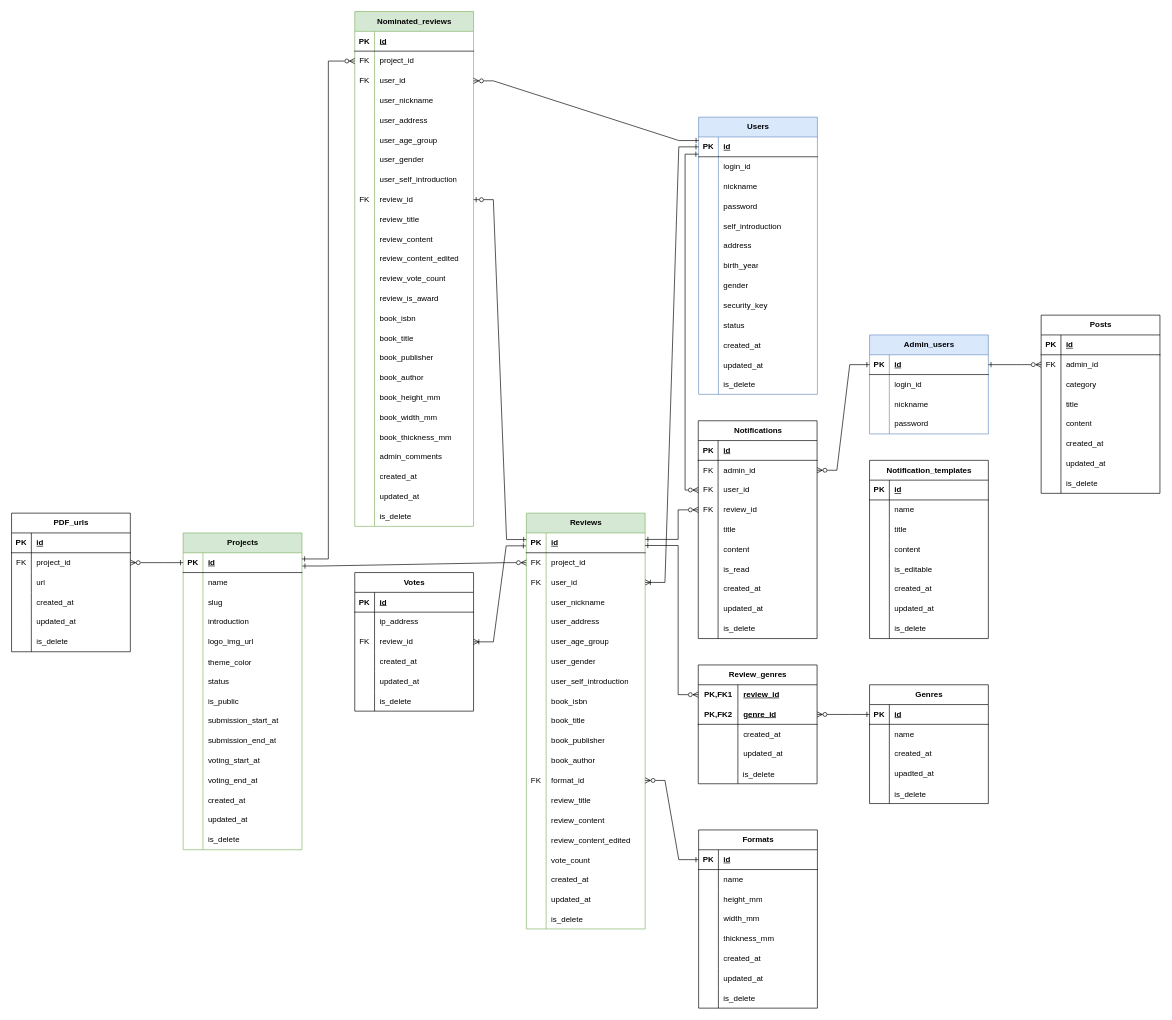
Before: ER図.drawio in knagaki1225/zoutohana-documentation, a draw.io diagram. Source tidied: cells renumbered, new cells numbered last; positions are measured from the earlier drawing's top-left corner, leaving out a move shared by most shapes. Both pictures are drawn from the tidied source at 66%, with x=0, y=0 at pixel (11, 11).
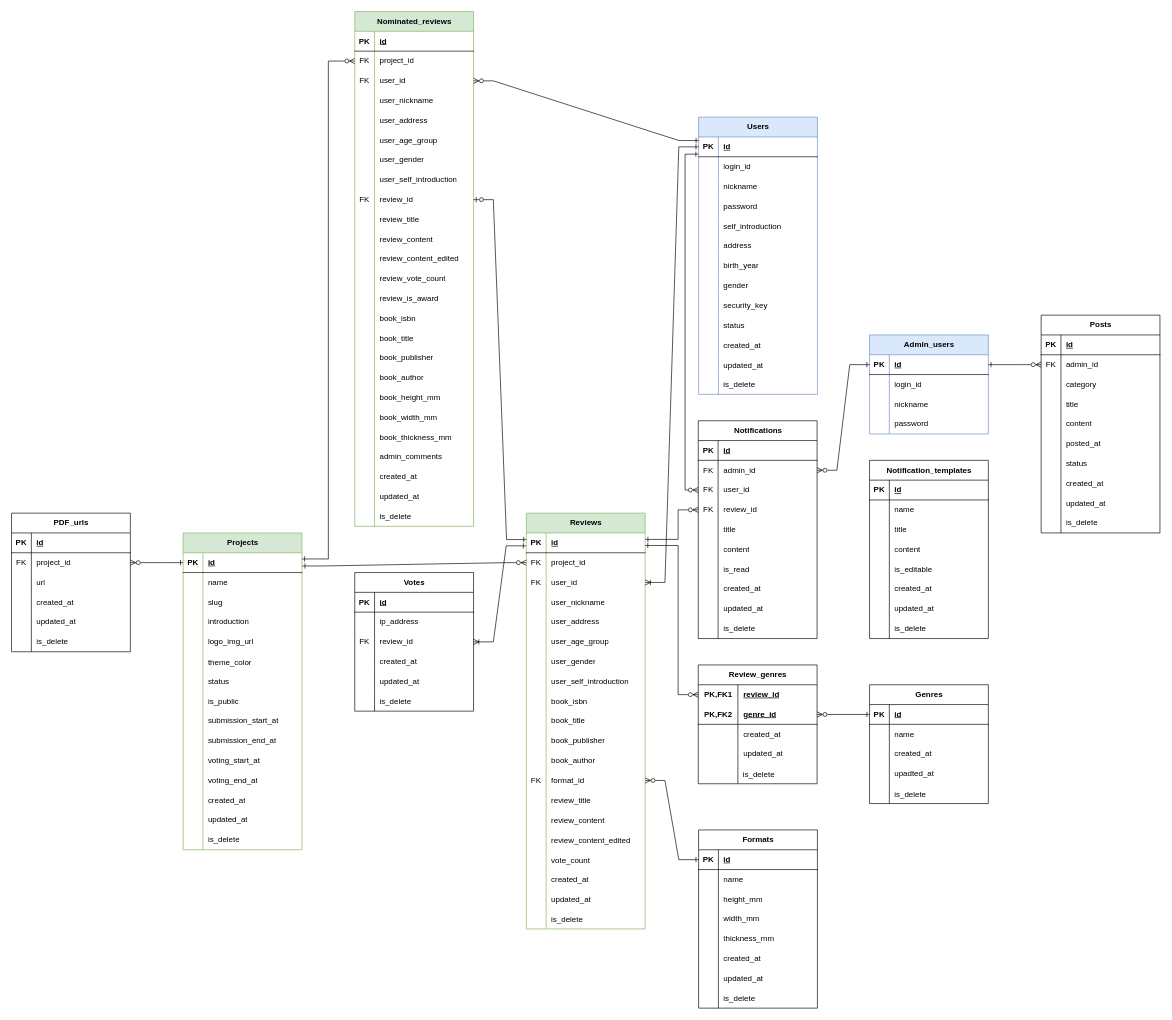
The same diagram, later.

The edit, as a diff of the source:
```diff
@@
     <mxCell id="355" value="Posts" style="shape=table;startSize=30;childLayout=tableLayout;rowLines=0;fontStyle=1;align=center;html=1;" parent="1" vertex="1">
-      <mxGeometry x="1560" y="460" width="180" height="270" as="geometry" />
+      <mxGeometry x="1560" y="460" width="180" height="330" as="geometry" />
     </mxCell>
@@
+    <mxCell id="428" style="shape=tableRow;horizontal=0;startSize=0;swimlaneHead=0;swimlaneBody=0;fillColor=none;top=0;left=0;right=0;bottom=0;" parent="355" vertex="1">
+      <mxGeometry y="180" width="180" height="30" as="geometry" />
+    </mxCell>
+    <mxCell id="429" style="shape=partialRectangle;fillColor=none;top=0;left=0;bottom=0;right=0;overflow=hidden;whiteSpace=wrap;html=1;" parent="428" vertex="1">
+      <mxGeometry width="30" height="30" as="geometry" />
+    </mxCell>
+    <mxCell id="430" value="posted_at" style="shape=partialRectangle;fillColor=none;top=0;left=0;bottom=0;right=0;align=left;spacingLeft=6;overflow=hidden;whiteSpace=wrap;html=1;" parent="428" vertex="1">
+      <mxGeometry x="30" width="150" height="30" as="geometry" />
+    </mxCell>
+    <mxCell id="431" style="shape=tableRow;horizontal=0;startSize=0;swimlaneHead=0;swimlaneBody=0;fillColor=none;top=0;left=0;right=0;bottom=0;" parent="355" vertex="1">
+      <mxGeometry y="210" width="180" height="30" as="geometry" />
+    </mxCell>
+    <mxCell id="432" style="shape=partialRectangle;fillColor=none;top=0;left=0;bottom=0;right=0;overflow=hidden;whiteSpace=wrap;html=1;" parent="431" vertex="1">
+      <mxGeometry width="30" height="30" as="geometry" />
+    </mxCell>
+    <mxCell id="433" value="status" style="shape=partialRectangle;fillColor=none;top=0;left=0;bottom=0;right=0;align=left;spacingLeft=6;overflow=hidden;whiteSpace=wrap;html=1;" parent="431" vertex="1">
+      <mxGeometry x="30" width="150" height="30" as="geometry" />
+    </mxCell>
     <mxCell id="371" style="shape=tableRow;horizontal=0;startSize=0;swimlaneHead=0;swimlaneBody=0;fillColor=none;top=0;left=0;right=0;bottom=0;" parent="355" vertex="1">
-      <mxGeometry y="180" width="180" height="30" as="geometry" />
+      <mxGeometry y="240" width="180" height="30" as="geometry" />
     </mxCell>
@@
     <mxCell id="374" style="shape=tableRow;horizontal=0;startSize=0;swimlaneHead=0;swimlaneBody=0;fillColor=none;top=0;left=0;right=0;bottom=0;" parent="355" vertex="1">
-      <mxGeometry y="210" width="180" height="30" as="geometry" />
+      <mxGeometry y="270" width="180" height="30" as="geometry" />
     </mxCell>
@@
     <mxCell id="377" style="shape=tableRow;horizontal=0;startSize=0;swimlaneHead=0;swimlaneBody=0;fillColor=none;top=0;left=0;right=0;bottom=0;" parent="355" vertex="1">
-      <mxGeometry y="240" width="180" height="30" as="geometry" />
+      <mxGeometry y="300" width="180" height="30" as="geometry" />
     </mxCell>
```
